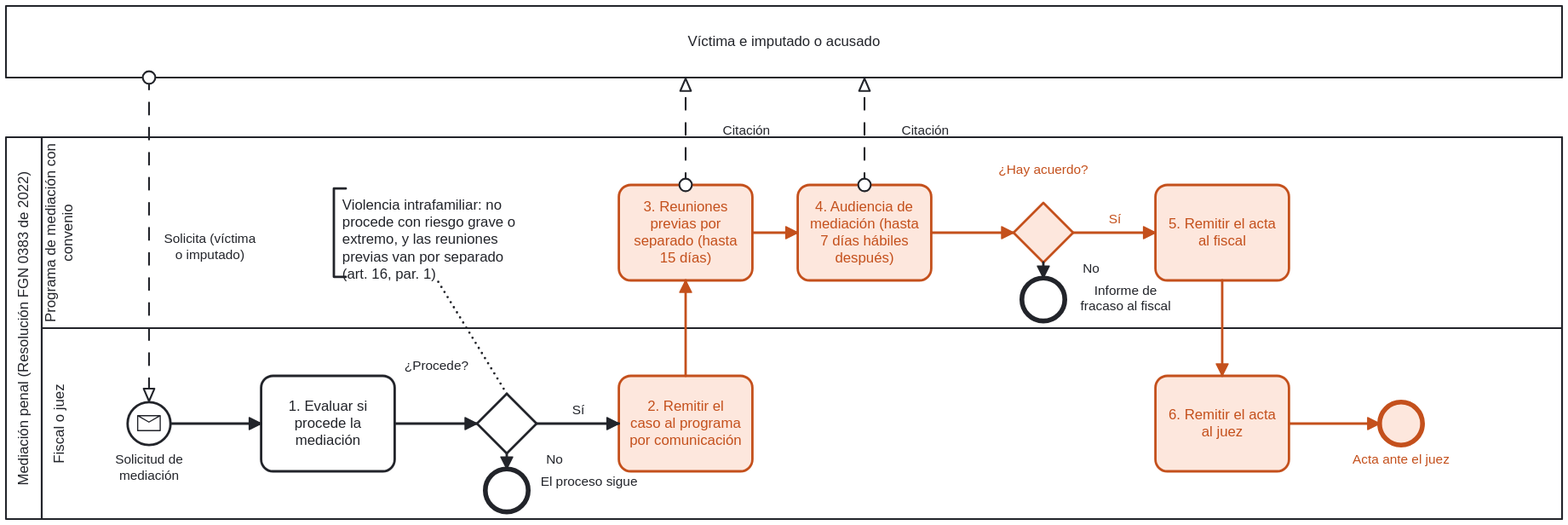
Above: figuras/mediacion-penal.svg in fsotosa-ops/justicia-restaurativa (BPMN), before the change. Its source is kept beside it as procesos/mediacion-penal.bpmn. Ids are renumbered. The source it was exported from:
```xml
<bpmn:definitions xmlns:bpmn="http://www.omg.org/spec/BPMN/20100524/MODEL" xmlns:bpmndi="http://www.omg.org/spec/BPMN/20100524/DI" xmlns:dc="http://www.omg.org/spec/DD/20100524/DC" xmlns:di="http://www.omg.org/spec/DD/20100524/DI" xmlns:bioc="http://bpmn.io/schema/bpmn/biocolor/1.0" xmlns:color="http://www.omg.org/spec/BPMN/non-normative/color/1.0" id="def_p_mediacion_penal" targetNamespace="https://github.com/fsotosa-ops/justicia-restaurativa" exporter="justicia-restaurativa/mapa/procesos/bpmn.py" exporterVersion="1">
  <bpmn:collaboration id="col_p_mediacion_penal">
    <bpmn:participant id="pool_p_mediacion_penal" name="Mediación penal (Resolución FGN 0383 de 2022)" processRef="p_mediacion_penal"/>
    <bpmn:participant id="partes" name="Víctima e imputado o acusado"/>
    <bpmn:messageFlow id="mf0" sourceRef="partes" targetRef="inicio" name="Solicita (víctima o imputado)"/>
    <bpmn:messageFlow id="mf1" sourceRef="t3" targetRef="partes" name="Citación"/>
    <bpmn:messageFlow id="mf2" sourceRef="t4" targetRef="partes" name="Citación"/>
  </bpmn:collaboration>
  <bpmn:process id="p_mediacion_penal" name="Mediación penal (Resolución FGN 0383 de 2022)" isExecutable="false">
    <bpmn:laneSet id="ls_p_mediacion_penal">
      <bpmn:lane id="lane_pro" name="Programa de mediación con convenio">
        <bpmn:flowNodeRef>t3</bpmn:flowNodeRef>
        <bpmn:flowNodeRef>t4</bpmn:flowNodeRef>
        <bpmn:flowNodeRef>g2</bpmn:flowNodeRef>
        <bpmn:flowNodeRef>fin_fr</bpmn:flowNodeRef>
        <bpmn:flowNodeRef>t5</bpmn:flowNodeRef>
      </bpmn:lane>
      <bpmn:lane id="lane_fis" name="Fiscal o juez">
        <bpmn:flowNodeRef>inicio</bpmn:flowNodeRef>
        <bpmn:flowNodeRef>t1</bpmn:flowNodeRef>
        <bpmn:flowNodeRef>g1</bpmn:flowNodeRef>
        <bpmn:flowNodeRef>fin_no</bpmn:flowNodeRef>
        <bpmn:flowNodeRef>t2</bpmn:flowNodeRef>
        <bpmn:flowNodeRef>t6</bpmn:flowNodeRef>
        <bpmn:flowNodeRef>fin</bpmn:flowNodeRef>
      </bpmn:lane>
    </bpmn:laneSet>
    <bpmn:startEvent id="inicio" name="Solicitud de mediación">
      <bpmn:outgoing>f0</bpmn:outgoing>
      <bpmn:messageEventDefinition id="med_inicio"/>
    </bpmn:startEvent>
    <bpmn:task id="t1" name="1. Evaluar si procede la mediación">
      <bpmn:documentation>Fuente: Resolución FGN 0383 de 2022, art. 12; Ley 906 de 2004, arts. 524 y 525</bpmn:documentation>
      <bpmn:incoming>f0</bpmn:incoming>
      <bpmn:outgoing>f1</bpmn:outgoing>
    </bpmn:task>
    <bpmn:exclusiveGateway id="g1" name="¿Procede?">
      <bpmn:incoming>f1</bpmn:incoming>
      <bpmn:outgoing>f2</bpmn:outgoing>
      <bpmn:outgoing>f3</bpmn:outgoing>
    </bpmn:exclusiveGateway>
    <bpmn:endEvent id="fin_no" name="El proceso sigue">
      <bpmn:incoming>f2</bpmn:incoming>
    </bpmn:endEvent>
    <bpmn:task id="t2" name="2. Remitir el caso al programa por comunicación">
      <bpmn:documentation>Fuente: Resolución FGN 0383 de 2022, art. 14</bpmn:documentation>
      <bpmn:incoming>f3</bpmn:incoming>
      <bpmn:outgoing>f4</bpmn:outgoing>
    </bpmn:task>
    <bpmn:task id="t3" name="3. Reuniones previas por separado (hasta 15 días)">
      <bpmn:documentation>Fuente: Resolución FGN 0383 de 2022, art. 16</bpmn:documentation>
      <bpmn:incoming>f4</bpmn:incoming>
      <bpmn:outgoing>f5</bpmn:outgoing>
    </bpmn:task>
    <bpmn:task id="t4" name="4. Audiencia de mediación (hasta 7 días hábiles después)">
      <bpmn:documentation>Fuente: Resolución FGN 0383 de 2022, art. 16</bpmn:documentation>
      <bpmn:incoming>f5</bpmn:incoming>
      <bpmn:outgoing>f6</bpmn:outgoing>
    </bpmn:task>
    <bpmn:exclusiveGateway id="g2" name="¿Hay acuerdo?">
      <bpmn:incoming>f6</bpmn:incoming>
      <bpmn:outgoing>f7</bpmn:outgoing>
      <bpmn:outgoing>f8</bpmn:outgoing>
    </bpmn:exclusiveGateway>
    <bpmn:endEvent id="fin_fr" name="Informe de fracaso al fiscal">
      <bpmn:incoming>f8</bpmn:incoming>
    </bpmn:endEvent>
    <bpmn:task id="t5" name="5. Remitir el acta al fiscal">
      <bpmn:documentation>Fuente: Resolución FGN 0383 de 2022, art. 19</bpmn:documentation>
      <bpmn:incoming>f7</bpmn:incoming>
      <bpmn:outgoing>f9</bpmn:outgoing>
    </bpmn:task>
    <bpmn:task id="t6" name="6. Remitir el acta al juez">
      <bpmn:documentation>Fuente: Resolución FGN 0383 de 2022, art. 22</bpmn:documentation>
      <bpmn:incoming>f9</bpmn:incoming>
      <bpmn:outgoing>f10</bpmn:outgoing>
    </bpmn:task>
    <bpmn:endEvent id="fin" name="Acta ante el juez">
      <bpmn:incoming>f10</bpmn:incoming>
    </bpmn:endEvent>
    <bpmn:textAnnotation id="n_vif"><bpmn:text>Violencia intrafamiliar: no procede con riesgo grave o extremo, y las reuniones previas van por separado (art. 16, par. 1)</bpmn:text></bpmn:textAnnotation>
    <bpmn:sequenceFlow id="f0" sourceRef="inicio" targetRef="t1"/>
    <bpmn:sequenceFlow id="f1" sourceRef="t1" targetRef="g1"/>
    <bpmn:sequenceFlow id="f2" sourceRef="g1" targetRef="fin_no" name="No"/>
    <bpmn:sequenceFlow id="f3" sourceRef="g1" targetRef="t2" name="Sí"/>
    <bpmn:sequenceFlow id="f4" sourceRef="t2" targetRef="t3"/>
    <bpmn:sequenceFlow id="f5" sourceRef="t3" targetRef="t4"/>
    <bpmn:sequenceFlow id="f6" sourceRef="t4" targetRef="g2"/>
    <bpmn:sequenceFlow id="f7" sourceRef="g2" targetRef="t5" name="Sí"/>
    <bpmn:sequenceFlow id="f8" sourceRef="g2" targetRef="fin_fr" name="No"/>
    <bpmn:sequenceFlow id="f9" sourceRef="t5" targetRef="t6"/>
    <bpmn:sequenceFlow id="f10" sourceRef="t6" targetRef="fin"/>
    <bpmn:association id="asoc0" sourceRef="g1" targetRef="n_vif"/>
  </bpmn:process>
  <bpmndi:BPMNDiagram id="dia_p_mediacion_penal">
    <bpmndi:BPMNPlane id="pl_p_mediacion_penal" bpmnElement="col_p_mediacion_penal">
      <bpmndi:BPMNShape id="s_pool" bpmnElement="pool_p_mediacion_penal" isHorizontal="true"><dc:Bounds x="0" y="110" width="1305" height="320"/></bpmndi:BPMNShape>
      <bpmndi:BPMNShape id="s_partes" bpmnElement="partes" isHorizontal="true"><dc:Bounds x="0" y="0" width="1305" height="60"/></bpmndi:BPMNShape>
      <bpmndi:BPMNShape id="s_lane_pro" bpmnElement="lane_pro" isHorizontal="true"><dc:Bounds x="30" y="110" width="1275" height="160"/></bpmndi:BPMNShape>
      <bpmndi:BPMNShape id="s_lane_fis" bpmnElement="lane_fis" isHorizontal="true"><dc:Bounds x="30" y="270" width="1275" height="160"/></bpmndi:BPMNShape>
      <bpmndi:BPMNShape id="s_inicio" bpmnElement="inicio"><dc:Bounds x="102" y="332" width="36" height="36"/>
        <bpmndi:BPMNLabel><dc:Bounds x="65" y="374" width="110" height="28"/></bpmndi:BPMNLabel>
      </bpmndi:BPMNShape>
      <bpmndi:BPMNShape id="s_t1" bpmnElement="t1"><dc:Bounds x="214" y="310" width="112" height="80"/>
      </bpmndi:BPMNShape>
      <bpmndi:BPMNShape id="s_g1" bpmnElement="g1"><dc:Bounds x="395" y="325" width="50" height="50"/>
        <bpmndi:BPMNLabel><dc:Bounds x="306" y="295" width="110" height="28"/></bpmndi:BPMNLabel>
      </bpmndi:BPMNShape>
      <bpmndi:BPMNShape id="s_fin_no" bpmnElement="fin_no"><dc:Bounds x="402" y="388" width="36" height="36"/>
        <bpmndi:BPMNLabel><dc:Bounds x="444" y="392" width="90" height="28"/></bpmndi:BPMNLabel>
      </bpmndi:BPMNShape>
      <bpmndi:BPMNShape id="s_t2" bpmnElement="t2" bioc:stroke="#c4501c" bioc:fill="#fde6dc" color:border-color="#c4501c" color:background-color="#fde6dc"><dc:Bounds x="514" y="310" width="112" height="80"/>
      </bpmndi:BPMNShape>
      <bpmndi:BPMNShape id="s_t3" bpmnElement="t3" bioc:stroke="#c4501c" bioc:fill="#fde6dc" color:border-color="#c4501c" color:background-color="#fde6dc"><dc:Bounds x="514" y="150" width="112" height="80"/>
      </bpmndi:BPMNShape>
      <bpmndi:BPMNShape id="s_t4" bpmnElement="t4" bioc:stroke="#c4501c" bioc:fill="#fde6dc" color:border-color="#c4501c" color:background-color="#fde6dc"><dc:Bounds x="664" y="150" width="112" height="80"/>
      </bpmndi:BPMNShape>
      <bpmndi:BPMNShape id="s_g2" bpmnElement="g2" bioc:stroke="#c4501c" bioc:fill="#fde6dc" color:border-color="#c4501c" color:background-color="#fde6dc"><dc:Bounds x="845" y="165" width="50" height="50"/>
        <bpmndi:BPMNLabel><dc:Bounds x="815" y="131" width="110" height="28"/></bpmndi:BPMNLabel>
      </bpmndi:BPMNShape>
      <bpmndi:BPMNShape id="s_fin_fr" bpmnElement="fin_fr"><dc:Bounds x="852" y="228" width="36" height="36"/>
        <bpmndi:BPMNLabel><dc:Bounds x="894" y="232" width="90" height="28"/></bpmndi:BPMNLabel>
      </bpmndi:BPMNShape>
      <bpmndi:BPMNShape id="s_t5" bpmnElement="t5" bioc:stroke="#c4501c" bioc:fill="#fde6dc" color:border-color="#c4501c" color:background-color="#fde6dc"><dc:Bounds x="964" y="150" width="112" height="80"/>
      </bpmndi:BPMNShape>
      <bpmndi:BPMNShape id="s_t6" bpmnElement="t6" bioc:stroke="#c4501c" bioc:fill="#fde6dc" color:border-color="#c4501c" color:background-color="#fde6dc"><dc:Bounds x="964" y="310" width="112" height="80"/>
      </bpmndi:BPMNShape>
      <bpmndi:BPMNShape id="s_fin" bpmnElement="fin" bioc:stroke="#c4501c" bioc:fill="#fde6dc" color:border-color="#c4501c" color:background-color="#fde6dc"><dc:Bounds x="1152" y="332" width="36" height="36"/>
        <bpmndi:BPMNLabel><dc:Bounds x="1115" y="374" width="110" height="28"/></bpmndi:BPMNLabel>
      </bpmndi:BPMNShape>
      <bpmndi:BPMNShape id="s_n_vif" bpmnElement="n_vif"><dc:Bounds x="275" y="153" width="170" height="74"/>
      </bpmndi:BPMNShape>
      <bpmndi:BPMNEdge id="e_f0" bpmnElement="f0"><di:waypoint x="138" y="350"/><di:waypoint x="214" y="350"/></bpmndi:BPMNEdge>
      <bpmndi:BPMNEdge id="e_f1" bpmnElement="f1"><di:waypoint x="326" y="350"/><di:waypoint x="395" y="350"/></bpmndi:BPMNEdge>
      <bpmndi:BPMNEdge id="e_f2" bpmnElement="f2"><di:waypoint x="420" y="375"/><di:waypoint x="420" y="388"/><bpmndi:BPMNLabel><dc:Bounds x="425" y="374" width="70" height="14"/></bpmndi:BPMNLabel></bpmndi:BPMNEdge>
      <bpmndi:BPMNEdge id="e_f3" bpmnElement="f3"><di:waypoint x="445" y="350"/><di:waypoint x="514" y="350"/><bpmndi:BPMNLabel><dc:Bounds x="450" y="332" width="60" height="14"/></bpmndi:BPMNLabel></bpmndi:BPMNEdge>
      <bpmndi:BPMNEdge id="e_f4" bpmnElement="f4" bioc:stroke="#c4501c" color:border-color="#c4501c"><di:waypoint x="570" y="310"/><di:waypoint x="570" y="230"/></bpmndi:BPMNEdge>
      <bpmndi:BPMNEdge id="e_f5" bpmnElement="f5" bioc:stroke="#c4501c" color:border-color="#c4501c"><di:waypoint x="626" y="190"/><di:waypoint x="664" y="190"/></bpmndi:BPMNEdge>
      <bpmndi:BPMNEdge id="e_f6" bpmnElement="f6" bioc:stroke="#c4501c" color:border-color="#c4501c"><di:waypoint x="776" y="190"/><di:waypoint x="845" y="190"/></bpmndi:BPMNEdge>
      <bpmndi:BPMNEdge id="e_f7" bpmnElement="f7" bioc:stroke="#c4501c" color:border-color="#c4501c"><di:waypoint x="895" y="190"/><di:waypoint x="964" y="190"/><bpmndi:BPMNLabel><dc:Bounds x="900" y="172" width="60" height="14"/></bpmndi:BPMNLabel></bpmndi:BPMNEdge>
      <bpmndi:BPMNEdge id="e_f8" bpmnElement="f8"><di:waypoint x="870" y="215"/><di:waypoint x="870" y="228"/><bpmndi:BPMNLabel><dc:Bounds x="875" y="214" width="70" height="14"/></bpmndi:BPMNLabel></bpmndi:BPMNEdge>
      <bpmndi:BPMNEdge id="e_f9" bpmnElement="f9" bioc:stroke="#c4501c" color:border-color="#c4501c"><di:waypoint x="1020" y="230"/><di:waypoint x="1020" y="310"/></bpmndi:BPMNEdge>
      <bpmndi:BPMNEdge id="e_f10" bpmnElement="f10" bioc:stroke="#c4501c" color:border-color="#c4501c"><di:waypoint x="1076" y="350"/><di:waypoint x="1152" y="350"/></bpmndi:BPMNEdge>
      <bpmndi:BPMNEdge id="e_mf0" bpmnElement="mf0"><di:waypoint x="120" y="60"/><di:waypoint x="120" y="332"/><bpmndi:BPMNLabel><dc:Bounds x="126" y="189" width="90" height="14"/></bpmndi:BPMNLabel></bpmndi:BPMNEdge>
      <bpmndi:BPMNEdge id="e_mf1" bpmnElement="mf1"><di:waypoint x="570" y="150"/><di:waypoint x="570" y="60"/><bpmndi:BPMNLabel><dc:Bounds x="576" y="98" width="90" height="14"/></bpmndi:BPMNLabel></bpmndi:BPMNEdge>
      <bpmndi:BPMNEdge id="e_mf2" bpmnElement="mf2"><di:waypoint x="720" y="150"/><di:waypoint x="720" y="60"/><bpmndi:BPMNLabel><dc:Bounds x="726" y="98" width="90" height="14"/></bpmndi:BPMNLabel></bpmndi:BPMNEdge>
      <bpmndi:BPMNEdge id="e_asoc0" bpmnElement="asoc0"><di:waypoint x="420" y="325"/><di:waypoint x="360" y="227"/></bpmndi:BPMNEdge>
    </bpmndi:BPMNPlane>
  </bpmndi:BPMNDiagram>
</bpmn:definitions>
```
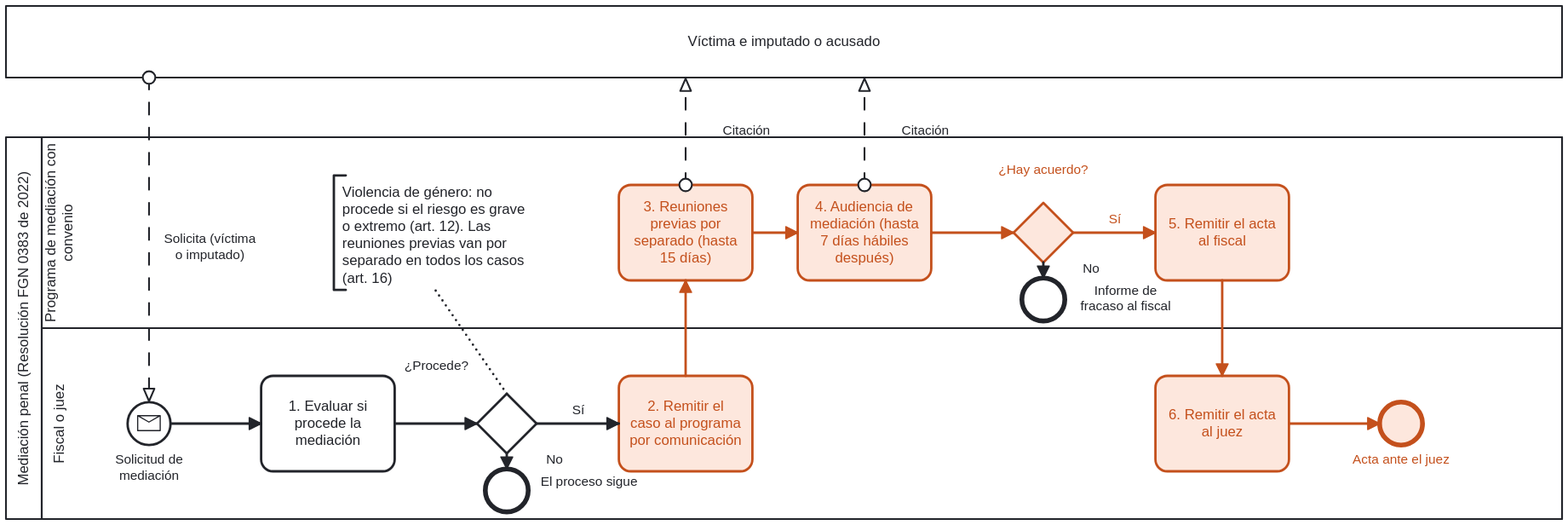
The same file after the commit.

What changed in the source:
```diff
@@ -48,7 +48,7 @@
       <bpmn:outgoing>f4</bpmn:outgoing>
     </bpmn:task>
     <bpmn:task id="t3" name="3. Reuniones previas por separado (hasta 15 días)">
-      <bpmn:documentation>Fuente: Resolución FGN 0383 de 2022, art. 16</bpmn:documentation>
+      <bpmn:documentation>Fuente: Resolución FGN 0383 de 2022, art. 16, inc. 1</bpmn:documentation>
       <bpmn:incoming>f4</bpmn:incoming>
       <bpmn:outgoing>f5</bpmn:outgoing>
     </bpmn:task>
@@ -78,7 +78,7 @@
     <bpmn:endEvent id="fin" name="Acta ante el juez">
       <bpmn:incoming>f10</bpmn:incoming>
     </bpmn:endEvent>
-    <bpmn:textAnnotation id="n_vif"><bpmn:text>Violencia intrafamiliar: no procede con riesgo grave o extremo, y las reuniones previas van por separado (art. 16, par. 1)</bpmn:text></bpmn:textAnnotation>
+    <bpmn:textAnnotation id="n_vif"><bpmn:text>Violencia de género: no procede si el riesgo es grave o extremo (art. 12). Las reuniones previas van por separado en todos los casos (art. 16)</bpmn:text></bpmn:textAnnotation>
     <bpmn:sequenceFlow id="f0" sourceRef="inicio" targetRef="t1"/>
     <bpmn:sequenceFlow id="f1" sourceRef="t1" targetRef="g1"/>
     <bpmn:sequenceFlow id="f2" sourceRef="g1" targetRef="fin_no" name="No"/>
@@ -128,7 +128,7 @@
       <bpmndi:BPMNShape id="s_fin" bpmnElement="fin" bioc:stroke="#c4501c" bioc:fill="#fde6dc" color:border-color="#c4501c" color:background-color="#fde6dc"><dc:Bounds x="1152" y="332" width="36" height="36"/>
         <bpmndi:BPMNLabel><dc:Bounds x="1115" y="374" width="110" height="28"/></bpmndi:BPMNLabel>
       </bpmndi:BPMNShape>
-      <bpmndi:BPMNShape id="s_n_vif" bpmnElement="n_vif"><dc:Bounds x="275" y="153" width="170" height="74"/>
+      <bpmndi:BPMNShape id="s_n_vif" bpmnElement="n_vif"><dc:Bounds x="275" y="142" width="170" height="96"/>
       </bpmndi:BPMNShape>
       <bpmndi:BPMNEdge id="e_f0" bpmnElement="f0"><di:waypoint x="138" y="350"/><di:waypoint x="214" y="350"/></bpmndi:BPMNEdge>
       <bpmndi:BPMNEdge id="e_f1" bpmnElement="f1"><di:waypoint x="326" y="350"/><di:waypoint x="395" y="350"/></bpmndi:BPMNEdge>
@@ -144,7 +144,7 @@
       <bpmndi:BPMNEdge id="e_mf0" bpmnElement="mf0"><di:waypoint x="120" y="60"/><di:waypoint x="120" y="332"/><bpmndi:BPMNLabel><dc:Bounds x="126" y="189" width="90" height="14"/></bpmndi:BPMNLabel></bpmndi:BPMNEdge>
       <bpmndi:BPMNEdge id="e_mf1" bpmnElement="mf1"><di:waypoint x="570" y="150"/><di:waypoint x="570" y="60"/><bpmndi:BPMNLabel><dc:Bounds x="576" y="98" width="90" height="14"/></bpmndi:BPMNLabel></bpmndi:BPMNEdge>
       <bpmndi:BPMNEdge id="e_mf2" bpmnElement="mf2"><di:waypoint x="720" y="150"/><di:waypoint x="720" y="60"/><bpmndi:BPMNLabel><dc:Bounds x="726" y="98" width="90" height="14"/></bpmndi:BPMNLabel></bpmndi:BPMNEdge>
-      <bpmndi:BPMNEdge id="e_asoc0" bpmnElement="asoc0"><di:waypoint x="420" y="325"/><di:waypoint x="360" y="227"/></bpmndi:BPMNEdge>
+      <bpmndi:BPMNEdge id="e_asoc0" bpmnElement="asoc0"><di:waypoint x="420" y="325"/><di:waypoint x="360" y="238"/></bpmndi:BPMNEdge>
     </bpmndi:BPMNPlane>
   </bpmndi:BPMNDiagram>
 </bpmn:definitions>
```
